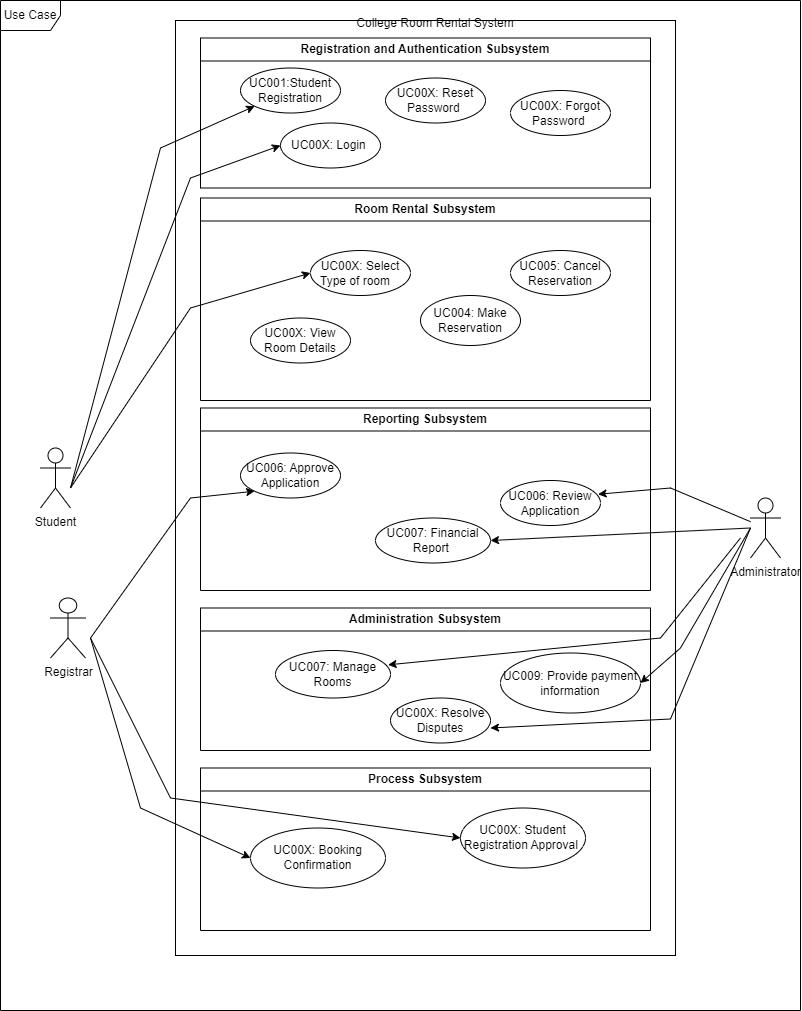
drshahizan/software-engineering keeps this draw.io diagram as project/drawio/Alpha/useCasediagram.drawio.png. Above is the earlier version. Source tidied: cells renumbered, new cells last; positions are measured from the earlier drawing's top-left corner, leaving out a move shared by most shapes.
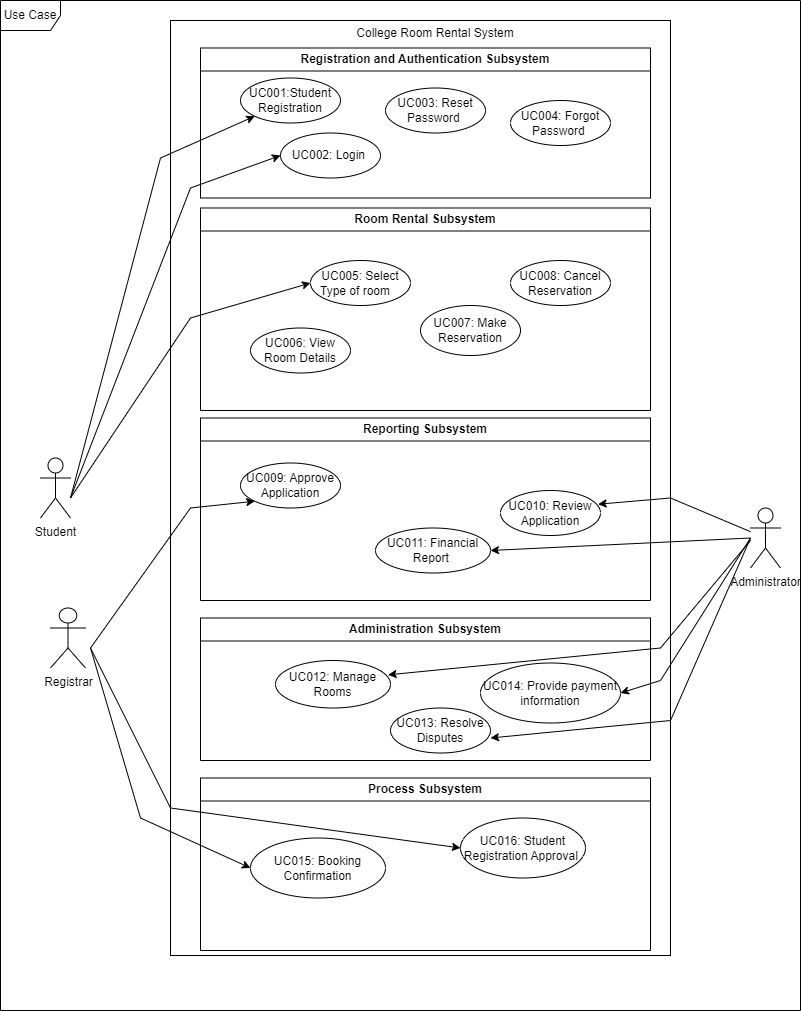
The same file after the commit.

What changed in the source:
```diff
@@ -11,48 +11,54 @@
     <mxCell id="4" value="UC001:Student Registration" style="ellipse;whiteSpace=wrap;html=1;" parent="3" vertex="1">
       <mxGeometry x="40" y="30" width="100" height="45" as="geometry" />
     </mxCell>
-    <mxCell id="5" value="UC00X: Login&amp;nbsp;" style="ellipse;whiteSpace=wrap;html=1;" parent="3" vertex="1">
+    <mxCell id="5" value="UC002: Login&amp;nbsp;" style="ellipse;whiteSpace=wrap;html=1;" parent="3" vertex="1">
       <mxGeometry x="80" y="85" width="100" height="45" as="geometry" />
     </mxCell>
-    <mxCell id="6" value="UC00X: Reset Password&amp;nbsp;" style="ellipse;whiteSpace=wrap;html=1;" parent="3" vertex="1">
+    <mxCell id="6" value="UC003: Reset Password&amp;nbsp;" style="ellipse;whiteSpace=wrap;html=1;" parent="3" vertex="1">
       <mxGeometry x="185" y="40" width="100" height="45" as="geometry" />
     </mxCell>
     <mxCell id="7" value="Room Rental Subsystem" style="swimlane;whiteSpace=wrap;html=1;" parent="1" vertex="1">
       <mxGeometry x="200" y="197.5" width="450" height="202.5" as="geometry" />
     </mxCell>
-    <mxCell id="8" value="UC00X: View Room Details" style="ellipse;whiteSpace=wrap;html=1;" parent="7" vertex="1">
+    <mxCell id="8" value="UC006: View Room Details" style="ellipse;whiteSpace=wrap;html=1;" parent="7" vertex="1">
       <mxGeometry x="50" y="120" width="100" height="45" as="geometry" />
     </mxCell>
-    <mxCell id="9" value="UC004: Make Reservation" style="ellipse;whiteSpace=wrap;html=1;" parent="7" vertex="1">
+    <mxCell id="9" value="UC007: Make Reservation" style="ellipse;whiteSpace=wrap;html=1;" parent="7" vertex="1">
       <mxGeometry x="220" y="97.5" width="100" height="50" as="geometry" />
     </mxCell>
-    <mxCell id="10" value="UC00X: Select Type of room&amp;nbsp; &amp;nbsp;" style="ellipse;whiteSpace=wrap;html=1;" parent="7" vertex="1">
+    <mxCell id="10" value="UC005: Select Type of room&amp;nbsp; &amp;nbsp;" style="ellipse;whiteSpace=wrap;html=1;" parent="7" vertex="1">
       <mxGeometry x="110" y="52.5" width="100" height="45" as="geometry" />
     </mxCell>
-    <mxCell id="11" value="UC005: Cancel Reservation" style="ellipse;whiteSpace=wrap;html=1;" parent="7" vertex="1">
+    <mxCell id="11" value="UC008: Cancel Reservation" style="ellipse;whiteSpace=wrap;html=1;" parent="7" vertex="1">
       <mxGeometry x="310" y="52.5" width="100" height="45" as="geometry" />
     </mxCell>
     <mxCell id="12" value="Reporting Subsystem" style="swimlane;whiteSpace=wrap;html=1;" parent="1" vertex="1">
       <mxGeometry x="200" y="407.5" width="450" height="182.5" as="geometry" />
     </mxCell>
-    <mxCell id="13" value="UC006: Approve Application" style="ellipse;whiteSpace=wrap;html=1;" parent="12" vertex="1">
+    <mxCell id="13" value="UC009: Approve Application" style="ellipse;whiteSpace=wrap;html=1;" parent="12" vertex="1">
       <mxGeometry x="40" y="45" width="100" height="45" as="geometry" />
     </mxCell>
-    <mxCell id="14" value="UC006: Review Application" style="ellipse;whiteSpace=wrap;html=1;" parent="12" vertex="1">
+    <mxCell id="14" value="UC010: Review Application" style="ellipse;whiteSpace=wrap;html=1;" parent="12" vertex="1">
       <mxGeometry x="300" y="72.5" width="100" height="45" as="geometry" />
     </mxCell>
-    <mxCell id="15" value="UC007: Financial Report&amp;nbsp;" style="ellipse;whiteSpace=wrap;html=1;" parent="12" vertex="1">
+    <mxCell id="15" value="UC011: Financial Report&amp;nbsp;" style="ellipse;whiteSpace=wrap;html=1;" parent="12" vertex="1">
       <mxGeometry x="175" y="110" width="115" height="45" as="geometry" />
     </mxCell>
     <mxCell id="16" value="Process Subsystem" style="swimlane;whiteSpace=wrap;html=1;" parent="1" vertex="1">
-      <mxGeometry x="200" y="767.5" width="450" height="162.5" as="geometry" />
+      <mxGeometry x="200" y="767.5" width="450" height="172.5" as="geometry" />
     </mxCell>
-    <mxCell id="17" value="UC00X: Booking Confirmation" style="ellipse;whiteSpace=wrap;html=1;" parent="16" vertex="1">
+    <mxCell id="17" value="UC015: Booking Confirmation" style="ellipse;whiteSpace=wrap;html=1;" parent="16" vertex="1">
       <mxGeometry x="50" y="60" width="135" height="60" as="geometry" />
     </mxCell>
-    <mxCell id="18" value="UC00X: Student Registration Approval&amp;nbsp;" style="ellipse;whiteSpace=wrap;html=1;" parent="16" vertex="1">
+    <mxCell id="18" value="UC016: Student Registration Approval&amp;nbsp;" style="ellipse;whiteSpace=wrap;html=1;" parent="16" vertex="1">
       <mxGeometry x="260" y="40" width="125" height="60" as="geometry" />
     </mxCell>
+    <mxCell id="27" style="rounded=0;whiteSpace=wrap;html=1;fillColor=none;" parent="16" vertex="1">
+      <mxGeometry x="-30" y="-757.5" width="500" height="935" as="geometry" />
+    </mxCell>
+    <mxCell id="28" value="Use Case" style="shape=umlFrame;whiteSpace=wrap;html=1;" parent="16" vertex="1">
+      <mxGeometry x="-200" y="-777.5" width="800" height="1010" as="geometry" />
+    </mxCell>
     <mxCell id="19" value="Student" style="shape=umlActor;verticalLabelPosition=bottom;verticalAlign=top;html=1;" parent="1" vertex="1">
       <mxGeometry x="40" y="447.5" width="30" height="60" as="geometry" />
     </mxCell>
@@ -62,27 +68,21 @@
     <mxCell id="21" value="Administrator" style="shape=umlActor;verticalLabelPosition=bottom;verticalAlign=top;html=1;outlineConnect=0;" parent="1" vertex="1">
       <mxGeometry x="750" y="497.5" width="30" height="60" as="geometry" />
     </mxCell>
-    <mxCell id="22" value="UC00X: Forgot Password&amp;nbsp;" style="ellipse;whiteSpace=wrap;html=1;" parent="1" vertex="1">
+    <mxCell id="22" value="UC004: Forgot Password&amp;nbsp;" style="ellipse;whiteSpace=wrap;html=1;" parent="1" vertex="1">
       <mxGeometry x="510" y="90" width="100" height="45" as="geometry" />
     </mxCell>
     <mxCell id="23" value="Administration Subsystem" style="swimlane;whiteSpace=wrap;html=1;" parent="1" vertex="1">
       <mxGeometry x="200" y="607.5" width="450" height="142.5" as="geometry" />
     </mxCell>
-    <mxCell id="24" value="UC007: Manage Rooms" style="ellipse;whiteSpace=wrap;html=1;" parent="23" vertex="1">
+    <mxCell id="24" value="UC012: Manage Rooms" style="ellipse;whiteSpace=wrap;html=1;" parent="23" vertex="1">
       <mxGeometry x="75" y="42.5" width="115" height="47.5" as="geometry" />
     </mxCell>
-    <mxCell id="25" value="UC00X: Resolve Disputes" style="ellipse;whiteSpace=wrap;html=1;" parent="23" vertex="1">
+    <mxCell id="25" value="UC013: Resolve Disputes" style="ellipse;whiteSpace=wrap;html=1;" parent="23" vertex="1">
       <mxGeometry x="190" y="90" width="100" height="45" as="geometry" />
     </mxCell>
-    <mxCell id="26" value="UC009: Provide payment information" style="ellipse;whiteSpace=wrap;html=1;" parent="23" vertex="1">
-      <mxGeometry x="300" y="45" width="140" height="60" as="geometry" />
+    <mxCell id="26" value="UC014: Provide payment information" style="ellipse;whiteSpace=wrap;html=1;" parent="23" vertex="1">
+      <mxGeometry x="280" y="45" width="140" height="60" as="geometry" />
     </mxCell>
-    <mxCell id="27" style="rounded=0;whiteSpace=wrap;html=1;fillColor=none;" parent="23" vertex="1">
-      <mxGeometry x="-25" y="-587.5" width="500" height="935" as="geometry" />
-    </mxCell>
-    <mxCell id="28" value="Use Case" style="shape=umlFrame;whiteSpace=wrap;html=1;" parent="23" vertex="1">
-      <mxGeometry x="-200" y="-607.5" width="800" height="1010" as="geometry" />
-    </mxCell>
     <mxCell id="29" style="endArrow=classic;html=1;rounded=0;entryX=0;entryY=1;entryDx=0;entryDy=0;" parent="1" edge="1" target="4">
       <mxGeometry relative="1" as="geometry">
         <mxPoint x="70" y="487.5" as="sourcePoint" />
@@ -126,7 +126,7 @@
       <mxGeometry relative="1" as="geometry">
         <mxPoint x="750" y="527.5" as="sourcePoint" />
         <Array as="points">
-          <mxPoint x="680" y="647.5" />
+          <mxPoint x="660" y="670" />
         </Array>
       </mxGeometry>
     </mxCell>
@@ -148,13 +148,13 @@
         <mxPoint x="750" y="527.5" as="sourcePoint" />
         <mxPoint x="490" y="727.5" as="targetPoint" />
         <Array as="points">
-          <mxPoint x="670" y="718.5" />
+          <mxPoint x="670" y="710" />
         </Array>
       </mxGeometry>
     </mxCell>
     <mxCell id="38" style="endArrow=classic;html=1;rounded=0;entryX=0.979;entryY=0.302;entryDx=0;entryDy=0;entryPerimeter=0;" parent="1" edge="1" target="24">
       <mxGeometry relative="1" as="geometry">
-        <mxPoint x="740" y="537.5" as="sourcePoint" />
+        <mxPoint x="750" y="530" as="sourcePoint" />
         <Array as="points">
           <mxPoint x="660" y="637.5" />
         </Array>
```
